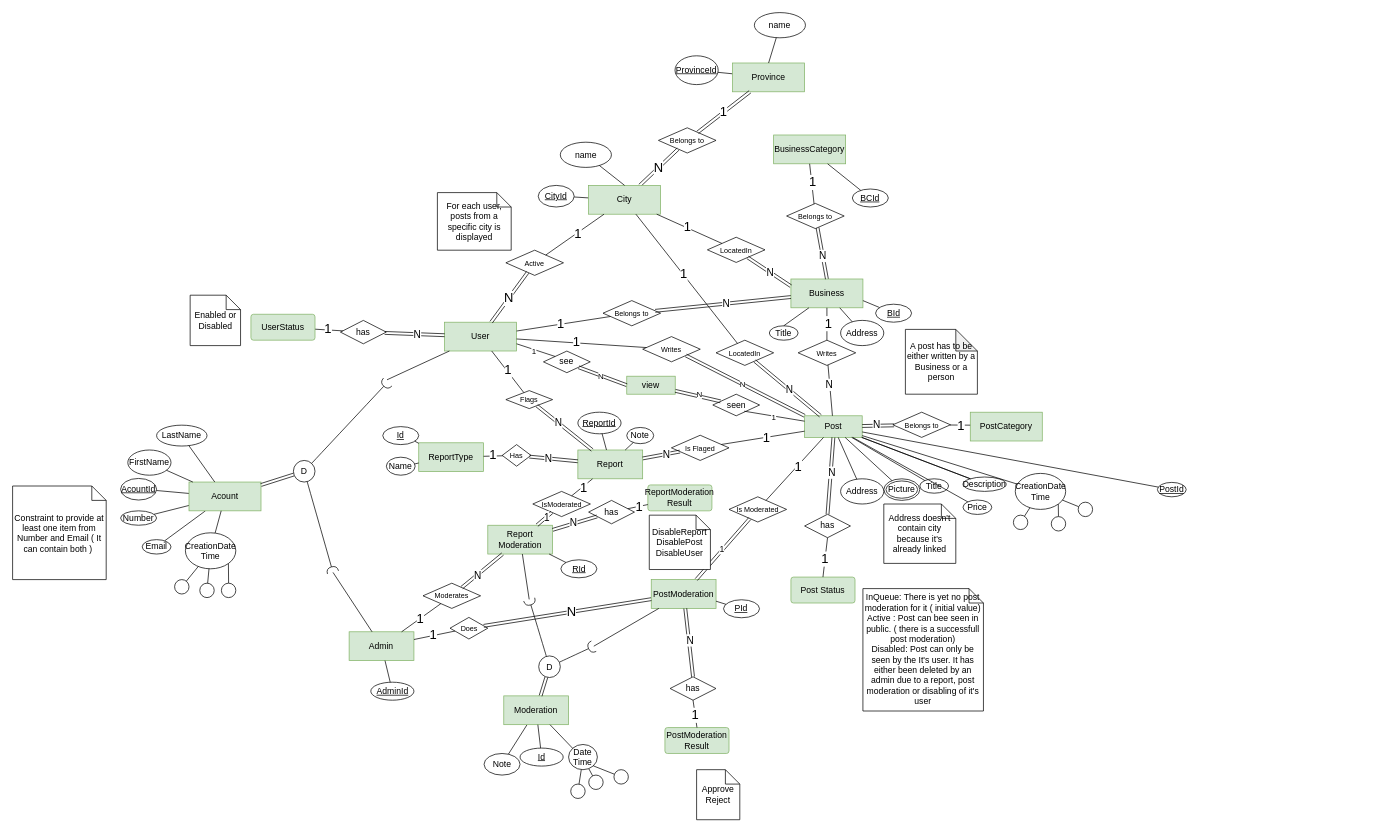
Before: Project.drawio in khebrati/HamsellDatabase, a draw.io diagram. Source tidied: cells renumbered, new cells numbered last; positions are measured from the earlier drawing's top-left corner, leaving out a move shared by most shapes. Both pictures are drawn from the tidied source at 72%, with x=0, y=0 at pixel (12, 12).
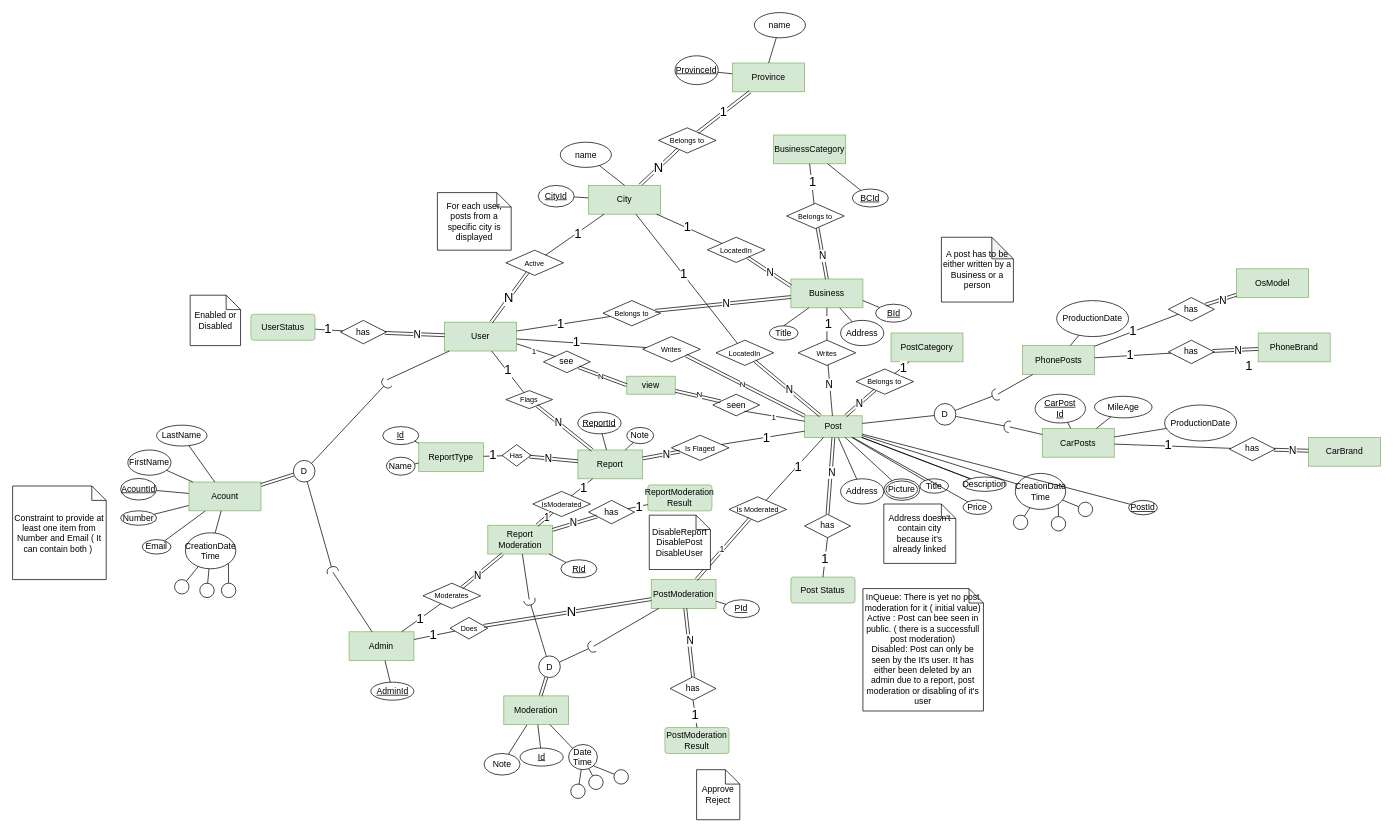
The same page after the edit.

Commit message:
added inheritance for post category

The change refers to these unchanged cells:
```xml
<mxCell id="5" value="Post" style="whiteSpace=wrap;html=1;align=center;fillColor=#d5e8d4;strokeColor=#82b366;" parent="1" vertex="1">
  <mxGeometry x="1100" y="560" width="80" height="30" as="geometry" />
</mxCell>
```

What changed in the source:
```diff
@@
     <mxCell id="6" value="PostId" style="ellipse;whiteSpace=wrap;html=1;align=center;fontStyle=4;" parent="1" vertex="1">
-      <mxGeometry x="1590" y="652.5" width="40" height="20" as="geometry" />
+      <mxGeometry x="1550" y="677.5" width="40" height="20" as="geometry" />
     </mxCell>
@@
     <mxCell id="69" value="PostCategory" style="whiteSpace=wrap;html=1;align=center;fillColor=#d5e8d4;strokeColor=#82b366;" parent="1" vertex="1">
-      <mxGeometry x="1330.1" y="555" width="100" height="40" as="geometry" />
+      <mxGeometry x="1220" y="445" width="100" height="40" as="geometry" />
     </mxCell>
     <mxCell id="70" value="&lt;font style=&quot;font-size: 10px;&quot;&gt;Belongs to&lt;/font&gt;" style="shape=rhombus;perimeter=rhombusPerimeter;whiteSpace=wrap;html=1;align=center;" parent="1" vertex="1">
-      <mxGeometry x="1222.6" y="555" width="80" height="35" as="geometry" />
+      <mxGeometry x="1171.3" y="495" width="80" height="35" as="geometry" />
     </mxCell>
@@
-    <mxCell id="73" style="endArrow=none;html=1;rounded=0;" parent="1" edge="1" source="70">
-      <mxGeometry relative="1" as="geometry">
-        <mxPoint x="1330" y="573" as="targetPoint" />
-      </mxGeometry>
+    <mxCell id="73" style="endArrow=none;html=1;rounded=0;" parent="1" edge="1" source="70" target="69">
+      <mxGeometry relative="1" as="geometry" />
     </mxCell>
@@
     <mxCell id="166" value="A post has to be either written by a Business or a person" style="shape=note;whiteSpace=wrap;html=1;backgroundOutline=1;darkOpacity=0.05;" parent="1" vertex="1">
-      <mxGeometry x="1240" y="440" width="100" height="90" as="geometry" />
+      <mxGeometry x="1290" y="312" width="100" height="90" as="geometry" />
     </mxCell>
@@
+    <mxCell id="258" value="CarPosts" style="whiteSpace=wrap;html=1;align=center;fillColor=#d5e8d4;strokeColor=#82b366;" parent="1" vertex="1">
+      <mxGeometry x="1430.1" y="577.5" width="100" height="40" as="geometry" />
+    </mxCell>
+    <mxCell id="259" value="D" style="ellipse;whiteSpace=wrap;html=1;align=center;" parent="1" vertex="1">
+      <mxGeometry x="1280" y="543" width="30" height="30" as="geometry" />
+    </mxCell>
+    <mxCell id="260" style="rounded=0;jettySize=auto;html=1;endArrow=halfCircle;endFill=0;endSize=6;strokeWidth=1;sketch=0;fontSize=12;curved=1;entryX=1;entryY=1;entryDx=0;entryDy=0;entryPerimeter=0;" parent="1" edge="1" source="259" target="262">
+      <mxGeometry relative="1" as="geometry" />
+    </mxCell>
+    <mxCell id="261" style="endArrow=none;html=1;rounded=0;" parent="1" edge="1" source="258" target="262">
+      <mxGeometry relative="1" as="geometry" />
+    </mxCell>
+    <mxCell id="262" style="ellipse;whiteSpace=wrap;html=1;align=center;fillColor=none;strokeColor=none;perimeter=centerPerimeter;points=[];outlineConnect=1;" parent="1" vertex="1">
+      <mxGeometry x="1380" y="570.5" width="10" height="10" as="geometry" />
+    </mxCell>
+    <mxCell id="263" style="endArrow=none;html=1;rounded=0;fontSize=12;startSize=8;endSize=8;curved=1;" parent="1" edge="1" source="5" target="259">
+      <mxGeometry relative="1" as="geometry" />
+    </mxCell>
+    <mxCell id="264" value="CarPost&lt;div&gt;Id&lt;/div&gt;" style="ellipse;whiteSpace=wrap;html=1;align=center;fontStyle=4;" parent="1" vertex="1">
+      <mxGeometry x="1420.1" y="530" width="70" height="40" as="geometry" />
+    </mxCell>
+    <mxCell id="265" style="endArrow=none;html=1;rounded=0;" parent="1" edge="1" source="258" target="264">
+      <mxGeometry relative="1" as="geometry" />
+    </mxCell>
+    <mxCell id="266" value="MileAge" style="ellipse;whiteSpace=wrap;html=1;align=center;" parent="1" vertex="1">
+      <mxGeometry x="1502.6" y="532.9" width="80" height="30" as="geometry" />
+    </mxCell>
+    <mxCell id="267" style="endArrow=none;html=1;rounded=0;fontSize=12;startSize=8;endSize=8;curved=1;" parent="1" edge="1" source="258" target="266">
+      <mxGeometry relative="1" as="geometry" />
+    </mxCell>
+    <mxCell id="268" value="ProductionDate" style="ellipse;whiteSpace=wrap;html=1;align=center;" parent="1" vertex="1">
+      <mxGeometry x="1600" y="545" width="100" height="50" as="geometry" />
+    </mxCell>
+    <mxCell id="269" style="endArrow=none;html=1;rounded=0;fontSize=12;startSize=8;endSize=8;curved=1;" parent="1" edge="1" source="258" target="268">
+      <mxGeometry relative="1" as="geometry" />
+    </mxCell>
+    <mxCell id="270" value="PhonePosts" style="whiteSpace=wrap;html=1;align=center;fillColor=#d5e8d4;strokeColor=#82b366;" parent="1" vertex="1">
+      <mxGeometry x="1402.6" y="462.5" width="100" height="40" as="geometry" />
+    </mxCell>
+    <mxCell id="271" style="rounded=0;jettySize=auto;html=1;endArrow=halfCircle;endFill=0;endSize=6;strokeWidth=1;sketch=0;fontSize=12;curved=1;entryX=1;entryY=1;entryDx=0;entryDy=0;entryPerimeter=0;" parent="1" edge="1" source="259" target="273">
+      <mxGeometry relative="1" as="geometry" />
+    </mxCell>
+    <mxCell id="272" style="endArrow=none;html=1;rounded=0;" parent="1" edge="1" source="270" target="273">
+      <mxGeometry relative="1" as="geometry" />
+    </mxCell>
+    <mxCell id="273" style="ellipse;whiteSpace=wrap;html=1;align=center;fillColor=none;strokeColor=none;perimeter=centerPerimeter;points=[];outlineConnect=1;" parent="1" vertex="1">
+      <mxGeometry x="1363.2" y="525" width="10" height="10" as="geometry" />
+    </mxCell>
+    <mxCell id="274" value="ProductionDate" style="ellipse;whiteSpace=wrap;html=1;align=center;" parent="1" vertex="1">
+      <mxGeometry x="1450" y="400" width="100" height="50" as="geometry" />
+    </mxCell>
+    <mxCell id="275" style="endArrow=none;html=1;rounded=0;fontSize=12;startSize=8;endSize=8;curved=1;" parent="1" edge="1" source="270" target="274">
+      <mxGeometry relative="1" as="geometry" />
+    </mxCell>
+    <mxCell id="276" value="PhoneBrand" style="whiteSpace=wrap;html=1;align=center;fillColor=#d5e8d4;strokeColor=#82b366;" parent="1" vertex="1">
+      <mxGeometry x="1730" y="445" width="100" height="40" as="geometry" />
+    </mxCell>
+    <mxCell id="277" value="has" style="shape=rhombus;perimeter=rhombusPerimeter;whiteSpace=wrap;html=1;align=center;" parent="1" vertex="1">
+      <mxGeometry x="1605.3" y="455" width="63.7" height="32.5" as="geometry" />
+    </mxCell>
+    <mxCell id="278" style="shape=link;html=1;rounded=0;" parent="1" edge="1" source="276" target="277">
+      <mxGeometry relative="1" as="geometry" />
+    </mxCell>
+    <mxCell id="279" value="&lt;font style=&quot;font-size: 14px;&quot;&gt;N&lt;/font&gt;" style="edgeLabel;html=1;align=center;verticalAlign=middle;" parent="278" vertex="1">
+      <mxGeometry x="-0.08" y="1" relative="1" as="geometry" />
+    </mxCell>
+    <mxCell id="280" style="endArrow=none;html=1;rounded=0;" parent="1" edge="1" source="277" target="270">
+      <mxGeometry relative="1" as="geometry" />
+    </mxCell>
+    <mxCell id="281" value="&lt;font style=&quot;font-size: 18px;&quot;&gt;1&lt;/font&gt;" style="edgeLabel;html=1;align=center;verticalAlign=middle;" parent="280" vertex="1">
+      <mxGeometry x="0.08" y="-1" relative="1" as="geometry" />
+    </mxCell>
+    <mxCell id="282" value="OsModel" style="whiteSpace=wrap;html=1;align=center;fillColor=#d5e8d4;strokeColor=#82b366;" parent="1" vertex="1">
+      <mxGeometry x="1700" y="355.8" width="100" height="40" as="geometry" />
+    </mxCell>
+    <mxCell id="283" value="has" style="shape=rhombus;perimeter=rhombusPerimeter;whiteSpace=wrap;html=1;align=center;" parent="1" vertex="1">
+      <mxGeometry x="1605.3" y="395.8" width="63.7" height="32.5" as="geometry" />
+    </mxCell>
+    <mxCell id="284" style="shape=link;html=1;rounded=0;" parent="1" edge="1" source="282" target="283">
+      <mxGeometry relative="1" as="geometry" />
+    </mxCell>
+    <mxCell id="285" value="&lt;font style=&quot;font-size: 14px;&quot;&gt;N&lt;/font&gt;" style="edgeLabel;html=1;align=center;verticalAlign=middle;" parent="284" vertex="1">
+      <mxGeometry x="-0.08" y="1" relative="1" as="geometry" />
+    </mxCell>
+    <mxCell id="286" style="endArrow=none;html=1;rounded=0;" parent="1" edge="1" source="283" target="270">
+      <mxGeometry relative="1" as="geometry" />
+    </mxCell>
+    <mxCell id="287" value="&lt;font style=&quot;font-size: 18px;&quot;&gt;1&lt;/font&gt;" style="edgeLabel;html=1;align=center;verticalAlign=middle;" parent="286" vertex="1">
+      <mxGeometry x="0.08" y="-1" relative="1" as="geometry" />
+    </mxCell>
+    <mxCell id="288" value="CarBrand" style="whiteSpace=wrap;html=1;align=center;fillColor=#d5e8d4;strokeColor=#82b366;" parent="1" vertex="1">
+      <mxGeometry x="1800" y="590" width="100" height="40" as="geometry" />
+    </mxCell>
+    <mxCell id="289" value="has" style="shape=rhombus;perimeter=rhombusPerimeter;whiteSpace=wrap;html=1;align=center;" parent="1" vertex="1">
+      <mxGeometry x="1690" y="590" width="63.7" height="32.5" as="geometry" />
+    </mxCell>
+    <mxCell id="290" style="shape=link;html=1;rounded=0;" parent="1" edge="1" source="288" target="289">
+      <mxGeometry relative="1" as="geometry" />
+    </mxCell>
+    <mxCell id="291" value="&lt;font style=&quot;font-size: 14px;&quot;&gt;N&lt;/font&gt;" style="edgeLabel;html=1;align=center;verticalAlign=middle;" parent="290" vertex="1">
+      <mxGeometry x="-0.08" y="1" relative="1" as="geometry" />
+    </mxCell>
+    <mxCell id="292" style="endArrow=none;html=1;rounded=0;" parent="1" edge="1" source="289" target="258">
+      <mxGeometry relative="1" as="geometry" />
+    </mxCell>
+    <mxCell id="293" value="&lt;font style=&quot;font-size: 18px;&quot;&gt;1&lt;/font&gt;" style="edgeLabel;html=1;align=center;verticalAlign=middle;" parent="292" vertex="1">
+      <mxGeometry x="0.08" y="-1" relative="1" as="geometry" />
+    </mxCell>
+    <mxCell id="294" value="&lt;font style=&quot;font-size: 18px;&quot;&gt;1&lt;/font&gt;" style="edgeLabel;html=1;align=center;verticalAlign=middle;" parent="1" vertex="1">
+      <mxGeometry x="1716.5" y="490" as="geometry" />
+    </mxCell>
```
